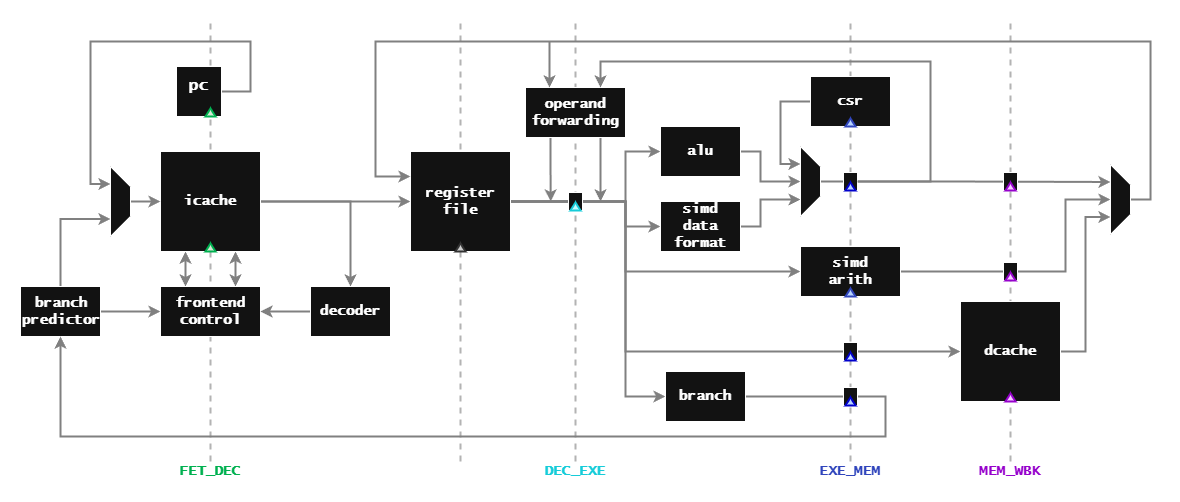
AleksandarLilic/ama-riscv keeps this draw.io diagram as docs/uarch.png. Above is the earlier version. Source tidied: cells renumbered, new cells last; positions are measured from the earlier drawing's top-left corner, leaving out a move shared by most shapes.
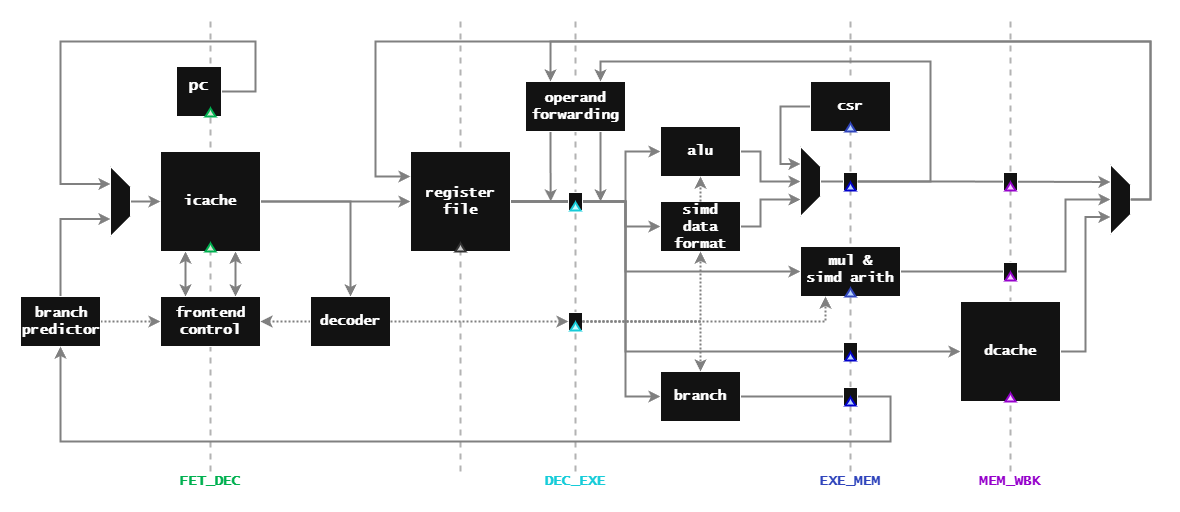
Above is the later version.

Commit message:
docs(readme): update uarch diagram

Change to the diagram source:
```diff
@@ -2,19 +2,19 @@
   <root>
     <mxCell id="0" />
     <mxCell id="1" parent="0" />
-    <mxCell id="2" style="endArrow=none;dashed=1;html=1;strokeWidth=2;strokeColor=#B3B3B3;exitX=0.5;exitY=0;exitDx=0;exitDy=0;entryX=1;entryY=0;entryDx=0;entryDy=0;fontSize=14;fontFamily=Lucida Console;labelBackgroundColor=none;" parent="1" edge="1" source="18">
+    <mxCell id="2" style="endArrow=none;dashed=1;html=1;strokeWidth=2;exitX=0.5;exitY=0;exitDx=0;exitDy=0;entryX=1;entryY=0;entryDx=0;entryDy=0;strokeColor=#B3B3B3;fontSize=14;fontFamily=Lucida Console;labelBackgroundColor=none;" parent="1" edge="1" source="20">
       <mxGeometry relative="1" as="geometry">
-        <mxPoint x="190" as="targetPoint" />
+        <mxPoint x="555" as="targetPoint" />
       </mxGeometry>
     </mxCell>
-    <mxCell id="3" style="endArrow=none;dashed=1;html=1;strokeWidth=2;exitX=0.5;exitY=0;exitDx=0;exitDy=0;strokeColor=#B3B3B3;entryX=1;entryY=0;entryDx=0;entryDy=0;fontSize=14;fontFamily=Lucida Console;labelBackgroundColor=none;" parent="1" edge="1" source="19">
+    <mxCell id="3" style="endArrow=none;dashed=1;html=1;strokeWidth=2;strokeColor=#B3B3B3;exitX=0.5;exitY=0;exitDx=0;exitDy=0;entryX=1;entryY=0;entryDx=0;entryDy=0;fontSize=14;fontFamily=Lucida Console;labelBackgroundColor=none;" parent="1" edge="1" source="18">
       <mxGeometry relative="1" as="geometry">
-        <mxPoint x="440" as="targetPoint" />
+        <mxPoint x="190" as="targetPoint" />
       </mxGeometry>
     </mxCell>
-    <mxCell id="4" style="endArrow=none;dashed=1;html=1;strokeWidth=2;exitX=0.5;exitY=0;exitDx=0;exitDy=0;entryX=1;entryY=0;entryDx=0;entryDy=0;strokeColor=#B3B3B3;fontSize=14;fontFamily=Lucida Console;labelBackgroundColor=none;" parent="1" edge="1" source="20">
+    <mxCell id="4" style="endArrow=none;dashed=1;html=1;strokeWidth=2;exitX=0.5;exitY=0;exitDx=0;exitDy=0;strokeColor=#B3B3B3;entryX=1;entryY=0;entryDx=0;entryDy=0;fontSize=14;fontFamily=Lucida Console;labelBackgroundColor=none;" parent="1" edge="1" source="19">
       <mxGeometry relative="1" as="geometry">
-        <mxPoint x="555" as="targetPoint" />
+        <mxPoint x="440" as="targetPoint" />
       </mxGeometry>
     </mxCell>
     <mxCell id="5" style="endArrow=none;dashed=1;html=1;strokeWidth=2;strokeColor=#B3B3B3;exitX=0.5;exitY=0;exitDx=0;exitDy=0;entryX=1;entryY=0;entryDx=0;entryDy=0;fontSize=14;fontFamily=Lucida Console;labelBackgroundColor=none;" parent="1" edge="1" source="21">
@@ -30,11 +30,11 @@
     <mxCell id="7" style="edgeStyle=orthogonalEdgeStyle;rounded=0;jettySize=auto;html=1;exitX=0;exitY=0.5;exitDx=0;exitDy=0;entryX=0.75;entryY=1;entryDx=0;entryDy=0;strokeWidth=2;strokeColor=#808080;labelBackgroundColor=none;" parent="1" edge="1" source="9" target="26">
       <mxGeometry relative="1" as="geometry" />
     </mxCell>
-    <mxCell id="8" style="edgeStyle=orthogonalEdgeStyle;rounded=0;jettySize=auto;html=1;exitX=0.5;exitY=0;exitDx=0;exitDy=0;entryX=0.5;entryY=1;entryDx=0;entryDy=0;strokeWidth=2;strokeColor=#808080;labelBackgroundColor=none;" parent="1" edge="1" source="9" target="12">
+    <mxCell id="8" style="edgeStyle=orthogonalEdgeStyle;rounded=0;jettySize=auto;html=1;exitX=0.5;exitY=0;exitDx=0;exitDy=0;entryX=0.5;entryY=1;entryDx=0;entryDy=0;strokeWidth=2;strokeColor=#808080;labelBackgroundColor=none;dashed=1;dashPattern=1 1;" parent="1" edge="1" source="9" target="12">
       <mxGeometry relative="1" as="geometry" />
     </mxCell>
     <mxCell id="9" value="branch&lt;div&gt;predictor&lt;/div&gt;" style="rounded=0;whiteSpace=wrap;html=1;labelBackgroundColor=none;fontSize=14;strokeWidth=1;direction=south;fontStyle=1;verticalAlign=middle;align=center;spacing=2;spacingLeft=2;fontFamily=Lucida Console;" parent="1" vertex="1">
-      <mxGeometry y="265" width="80" height="50" as="geometry" />
+      <mxGeometry y="275" width="80" height="50" as="geometry" />
     </mxCell>
     <mxCell id="10" style="edgeStyle=orthogonalEdgeStyle;rounded=0;jettySize=auto;html=1;exitX=0;exitY=0.75;exitDx=0;exitDy=0;entryX=1;entryY=0.75;entryDx=0;entryDy=0;startArrow=classic;startFill=1;strokeWidth=2;strokeColor=#808080;labelBackgroundColor=none;" parent="1" edge="1" source="12" target="15">
       <mxGeometry relative="1" as="geometry" />
@@ -43,7 +43,7 @@
       <mxGeometry relative="1" as="geometry" />
     </mxCell>
     <mxCell id="12" value="frontend&lt;div&gt;control&lt;/div&gt;" style="rounded=0;whiteSpace=wrap;html=1;labelBackgroundColor=none;fontSize=14;strokeWidth=1;direction=south;fontStyle=1;verticalAlign=middle;align=center;spacingLeft=0;fontFamily=Lucida Console;" parent="1" vertex="1">
-      <mxGeometry x="140" y="265" width="100" height="50" as="geometry" />
+      <mxGeometry x="140" y="275" width="100" height="50" as="geometry" />
     </mxCell>
     <mxCell id="13" style="edgeStyle=orthogonalEdgeStyle;rounded=0;jettySize=auto;html=1;exitX=0.5;exitY=0;exitDx=0;exitDy=0;entryX=0;entryY=0.5;entryDx=0;entryDy=0;strokeWidth=2;strokeColor=#808080;labelBackgroundColor=none;" parent="1" edge="1" source="15" target="34">
       <mxGeometry relative="1" as="geometry" />
@@ -57,10 +57,10 @@
     <mxCell id="16" style="edgeStyle=orthogonalEdgeStyle;rounded=0;jettySize=auto;html=1;exitX=0.5;exitY=0;exitDx=0;exitDy=0;entryX=0.25;entryY=1;entryDx=0;entryDy=0;strokeWidth=2;strokeColor=#808080;labelBackgroundColor=none;" parent="1" edge="1" source="17" target="26">
       <mxGeometry relative="1" as="geometry">
         <Array as="points">
-          <mxPoint x="230" y="70" />
-          <mxPoint x="230" y="20" />
-          <mxPoint x="70" y="20" />
-          <mxPoint x="70" y="163" />
+          <mxPoint x="235" y="70" />
+          <mxPoint x="235" y="20" />
+          <mxPoint x="40" y="20" />
+          <mxPoint x="40" y="163" />
         </Array>
       </mxGeometry>
     </mxCell>
@@ -68,16 +68,16 @@
       <mxGeometry x="156" y="45" width="45" height="50" as="geometry" />
     </mxCell>
     <mxCell id="18" value="FET_DEC" style="text;html=1;strokeColor=none;fillColor=none;align=center;verticalAlign=middle;whiteSpace=wrap;rounded=0;fontSize=14;fontStyle=1;fontColor=#00B050;fontFamily=Lucida Console;labelBackgroundColor=none;" parent="1" vertex="1">
-      <mxGeometry x="160" y="440" width="60" height="20" as="geometry" />
+      <mxGeometry x="160" y="450" width="60" height="20" as="geometry" />
     </mxCell>
     <mxCell id="19" value="RETIRE" style="text;html=1;strokeColor=none;fillColor=none;align=center;verticalAlign=middle;whiteSpace=wrap;rounded=0;fontSize=14;fontStyle=1;fontColor=default;fontFamily=Lucida Console;labelBackgroundColor=none;" parent="1" vertex="1">
-      <mxGeometry x="410" y="440" width="60" height="20" as="geometry" />
+      <mxGeometry x="410" y="450" width="60" height="20" as="geometry" />
     </mxCell>
     <mxCell id="20" value="DEC_EXE" style="text;html=1;strokeColor=none;fillColor=none;align=center;verticalAlign=middle;whiteSpace=wrap;rounded=0;fontSize=14;fontStyle=1;fontColor=#16CCD9;fontFamily=Lucida Console;labelBackgroundColor=none;" parent="1" vertex="1">
-      <mxGeometry x="525" y="440" width="60" height="20" as="geometry" />
+      <mxGeometry x="525" y="450" width="60" height="20" as="geometry" />
     </mxCell>
     <mxCell id="21" value="EXE_MEM" style="text;html=1;strokeColor=none;fillColor=none;align=center;verticalAlign=middle;whiteSpace=wrap;rounded=0;fontSize=14;fontStyle=1;fontColor=#3045BC;fontFamily=Lucida Console;labelBackgroundColor=none;" parent="1" vertex="1">
-      <mxGeometry x="800" y="440" width="60" height="20" as="geometry" />
+      <mxGeometry x="800" y="450" width="60" height="20" as="geometry" />
     </mxCell>
     <mxCell id="22" style="triangle;whiteSpace=wrap;html=1;fontSize=16;direction=north;strokeWidth=2;fillColor=#d5e8d4;strokeColor=#00B050;fontStyle=0;fontFamily=Lucida Console;" parent="1" vertex="1">
       <mxGeometry x="185" y="87" width="10" height="8" as="geometry" />
@@ -86,7 +86,7 @@
       <mxGeometry x="185" y="222" width="10" height="8" as="geometry" />
     </mxCell>
     <mxCell id="24" value="MEM_WBK" style="text;html=1;strokeColor=none;fillColor=none;align=center;verticalAlign=middle;whiteSpace=wrap;rounded=0;fontSize=14;fontStyle=1;fontColor=#9602CC;fontFamily=Lucida Console;labelBackgroundColor=none;" parent="1" vertex="1">
-      <mxGeometry x="960" y="440" width="60" height="20" as="geometry" />
+      <mxGeometry x="960" y="450" width="60" height="20" as="geometry" />
     </mxCell>
     <mxCell id="25" style="edgeStyle=orthogonalEdgeStyle;rounded=0;jettySize=auto;html=1;exitX=0.5;exitY=0;exitDx=0;exitDy=0;entryX=0.5;entryY=1;entryDx=0;entryDy=0;strokeWidth=2;strokeColor=#808080;labelBackgroundColor=none;" parent="1" edge="1" source="26" target="15">
       <mxGeometry relative="1" as="geometry" />
@@ -137,11 +137,11 @@
     <mxCell id="32" value="register&lt;div&gt;file&lt;/div&gt;" style="rounded=0;whiteSpace=wrap;html=1;labelBackgroundColor=none;fontSize=14;strokeWidth=1;direction=south;fontStyle=1;verticalAlign=middle;fontFamily=Lucida Console;" parent="1" vertex="1">
       <mxGeometry x="390" y="130" width="100" height="100" as="geometry" />
     </mxCell>
-    <mxCell id="33" style="edgeStyle=orthogonalEdgeStyle;rounded=0;jettySize=auto;html=1;exitX=0.5;exitY=1;exitDx=0;exitDy=0;entryX=0.5;entryY=0;entryDx=0;entryDy=0;strokeWidth=2;strokeColor=#808080;labelBackgroundColor=none;" parent="1" edge="1" source="34" target="12">
+    <mxCell id="33" style="edgeStyle=orthogonalEdgeStyle;rounded=0;jettySize=auto;html=1;exitX=0.5;exitY=1;exitDx=0;exitDy=0;entryX=0.5;entryY=0;entryDx=0;entryDy=0;strokeWidth=2;strokeColor=#808080;labelBackgroundColor=none;dashed=1;dashPattern=1 1;" parent="1" edge="1" source="34" target="12">
       <mxGeometry relative="1" as="geometry" />
     </mxCell>
     <mxCell id="34" value="decoder" style="rounded=0;whiteSpace=wrap;html=1;labelBackgroundColor=none;fontSize=14;strokeWidth=1;direction=south;fontStyle=1;verticalAlign=middle;align=center;spacingLeft=0;fontFamily=Lucida Console;" parent="1" vertex="1">
-      <mxGeometry x="290" y="265" width="80" height="50" as="geometry" />
+      <mxGeometry x="290" y="275" width="80" height="50" as="geometry" />
     </mxCell>
     <mxCell id="35" style="triangle;whiteSpace=wrap;html=1;fontSize=14;direction=north;strokeWidth=2;fontColor=#ffffff;fillColor=#CCCCCC;strokeColor=#333333;fontFamily=Lucida Console;" parent="1" vertex="1">
       <mxGeometry x="435" y="222" width="10" height="8" as="geometry" />
@@ -157,7 +157,7 @@
       </mxGeometry>
     </mxCell>
     <mxCell id="38" value="operand&lt;div&gt;forwarding&lt;/div&gt;" style="rounded=0;whiteSpace=wrap;html=1;labelBackgroundColor=none;fontSize=14;strokeWidth=1;direction=south;fontStyle=1;verticalAlign=middle;align=center;spacingLeft=0;fontFamily=Lucida Console;" parent="1" vertex="1">
-      <mxGeometry x="505" y="66" width="100" height="50" as="geometry" />
+      <mxGeometry x="505" y="60" width="100" height="50" as="geometry" />
     </mxCell>
     <mxCell id="39" style="edgeStyle=orthogonalEdgeStyle;shape=connector;rounded=0;jettySize=auto;html=1;exitX=0.5;exitY=0;exitDx=0;exitDy=0;entryX=0.5;entryY=1;entryDx=0;entryDy=0;strokeColor=#808080;strokeWidth=2;align=center;verticalAlign=middle;fontFamily=Helvetica;fontSize=11;fontColor=default;labelBackgroundColor=none;endArrow=classic;" parent="1" edge="1" source="40" target="55">
       <mxGeometry relative="1" as="geometry">
@@ -179,7 +179,7 @@
         </Array>
       </mxGeometry>
     </mxCell>
-    <mxCell id="42" value="&lt;div&gt;simd&lt;/div&gt;data&lt;div&gt;&lt;span style=&quot;color: light-dark(rgb(0, 0, 0), rgb(255, 255, 255));&quot;&gt;format&lt;/span&gt;&lt;/div&gt;" style="rounded=0;whiteSpace=wrap;html=1;labelBackgroundColor=none;fontSize=14;strokeWidth=1;direction=south;fontStyle=1;verticalAlign=middle;spacing=0;fontFamily=Lucida Console;spacingBottom=0;spacingTop=0;" parent="1" vertex="1">
+    <mxCell id="42" value="&lt;div&gt;simd&lt;/div&gt;data&lt;div&gt;&lt;span style=&quot;color: light-dark(rgb(0, 0, 0), rgb(255, 255, 255));&quot;&gt;format&lt;/span&gt;&lt;/div&gt;" style="rounded=0;whiteSpace=wrap;html=1;labelBackgroundColor=none;fontSize=14;strokeWidth=1;direction=south;fontStyle=1;verticalAlign=middle;spacing=0;fontFamily=Lucida Console;spacingBottom=-1;spacingTop=0;" parent="1" vertex="1">
       <mxGeometry x="640" y="180" width="80" height="50" as="geometry" />
     </mxCell>
     <mxCell id="43" style="edgeStyle=orthogonalEdgeStyle;shape=connector;rounded=0;jettySize=auto;html=1;exitX=0.5;exitY=0;exitDx=0;exitDy=0;entryX=0.5;entryY=1;entryDx=0;entryDy=0;strokeColor=#808080;strokeWidth=2;align=center;verticalAlign=middle;fontFamily=Helvetica;fontSize=11;fontColor=default;labelBackgroundColor=none;endArrow=classic;" parent="1" edge="1" source="44" target="53">
@@ -190,7 +190,7 @@
         </Array>
       </mxGeometry>
     </mxCell>
-    <mxCell id="44" value="simd&lt;div&gt;arith&lt;/div&gt;" style="rounded=0;whiteSpace=wrap;html=1;labelBackgroundColor=none;fontSize=14;strokeWidth=1;direction=south;fontStyle=1;verticalAlign=middle;spacingTop=0;fontFamily=Lucida Console;" parent="1" vertex="1">
+    <mxCell id="44" value="mul &amp;amp;&lt;div&gt;simd&amp;nbsp;&lt;span style=&quot;background-color: transparent; color: light-dark(rgb(0, 0, 0), rgb(255, 255, 255));&quot;&gt;arith&lt;/span&gt;&lt;/div&gt;" style="rounded=0;whiteSpace=wrap;html=1;labelBackgroundColor=none;fontSize=14;strokeWidth=1;direction=south;fontStyle=1;verticalAlign=middle;spacingTop=0;fontFamily=Lucida Console;spacingBottom=4;" parent="1" vertex="1">
       <mxGeometry x="780" y="225" width="100" height="50" as="geometry" />
     </mxCell>
     <mxCell id="45" style="group;fontSize=14;fontStyle=0;fontFamily=Lucida Console;labelBackgroundColor=none;" parent="1" vertex="1">
@@ -269,32 +269,35 @@
         </Array>
       </mxGeometry>
     </mxCell>
-    <mxCell id="66" style="edgeStyle=orthogonalEdgeStyle;shape=connector;rounded=0;orthogonalLoop=1;jettySize=auto;html=1;entryX=0;entryY=0.25;entryDx=0;entryDy=0;strokeColor=#808080;strokeWidth=2;align=center;verticalAlign=middle;fontFamily=Helvetica;fontSize=11;fontColor=default;labelBackgroundColor=none;endArrow=classic;" parent="1" edge="1">
+    <mxCell id="66" style="edgeStyle=orthogonalEdgeStyle;shape=connector;rounded=0;jettySize=auto;html=1;strokeColor=#808080;strokeWidth=2;align=center;verticalAlign=middle;fontFamily=Helvetica;fontSize=11;fontColor=default;labelBackgroundColor=none;endArrow=classic;exitX=0.5;exitY=0;exitDx=0;exitDy=0;entryX=0;entryY=0.75;entryDx=0;entryDy=0;" parent="1" edge="1" source="53" target="38">
       <mxGeometry relative="1" as="geometry">
-        <mxPoint x="529" y="20" as="sourcePoint" />
-        <mxPoint x="529" y="66" as="targetPoint" />
+        <Array as="points">
+          <mxPoint x="1130" y="178" />
+          <mxPoint x="1130" y="20" />
+          <mxPoint x="530" y="20" />
+        </Array>
       </mxGeometry>
     </mxCell>
     <mxCell id="67" style="edgeStyle=orthogonalEdgeStyle;shape=connector;rounded=0;jettySize=auto;html=1;exitX=0.5;exitY=1;exitDx=0;exitDy=0;entryX=0.25;entryY=1;entryDx=0;entryDy=0;strokeColor=#808080;strokeWidth=2;align=center;verticalAlign=middle;fontFamily=Helvetica;fontSize=11;fontColor=default;labelBackgroundColor=none;endArrow=classic;" parent="1" edge="1" source="68" target="55">
       <mxGeometry relative="1" as="geometry" />
     </mxCell>
     <mxCell id="68" value="csr" style="rounded=0;whiteSpace=wrap;html=1;labelBackgroundColor=none;fontSize=14;strokeWidth=1;direction=south;fontStyle=1;verticalAlign=middle;spacingTop=0;fontFamily=Lucida Console;" parent="1" vertex="1">
-      <mxGeometry x="790" y="55" width="80" height="50" as="geometry" />
+      <mxGeometry x="790" y="60" width="80" height="50" as="geometry" />
     </mxCell>
     <mxCell id="69" style="triangle;whiteSpace=wrap;html=1;fontSize=14;direction=north;strokeWidth=2;fillColor=#B8D4FF;strokeColor=#3045BC;fontFamily=Lucida Console;" parent="1" vertex="1">
-      <mxGeometry x="825" y="97" width="10" height="8" as="geometry" />
+      <mxGeometry x="825" y="102" width="10" height="8" as="geometry" />
     </mxCell>
     <mxCell id="70" style="edgeStyle=orthogonalEdgeStyle;shape=connector;rounded=0;jettySize=auto;html=1;exitX=0.5;exitY=0;exitDx=0;exitDy=0;strokeColor=#808080;strokeWidth=2;align=center;verticalAlign=middle;fontFamily=Helvetica;fontSize=11;fontColor=default;labelBackgroundColor=none;endArrow=classic;entryX=1;entryY=0.5;entryDx=0;entryDy=0;" parent="1" edge="1" source="71" target="9">
       <mxGeometry relative="1" as="geometry">
         <Array as="points">
-          <mxPoint x="865" y="375" />
-          <mxPoint x="865" y="415" />
-          <mxPoint x="40" y="415" />
+          <mxPoint x="870" y="375" />
+          <mxPoint x="870" y="420" />
+          <mxPoint x="40" y="420" />
         </Array>
       </mxGeometry>
     </mxCell>
     <mxCell id="71" value="branch" style="rounded=0;whiteSpace=wrap;html=1;labelBackgroundColor=none;fontSize=14;strokeWidth=1;direction=south;fontStyle=1;verticalAlign=middle;spacingTop=0;fontFamily=Lucida Console;" parent="1" vertex="1">
-      <mxGeometry x="645" y="350" width="80" height="50" as="geometry" />
+      <mxGeometry x="640" y="350" width="80" height="50" as="geometry" />
     </mxCell>
     <mxCell id="72" style="group;fontSize=14;fontFamily=Lucida Console;labelBackgroundColor=none;strokeColor=#3045BC;" parent="1" vertex="1">
       <mxGeometry x="823" y="321" width="14" height="18" as="geometry" />
@@ -314,5 +317,29 @@
     <mxCell id="77" style="triangle;whiteSpace=wrap;html=1;fontSize=14;direction=north;strokeWidth=2;fillColor=#B8D4FF;strokeColor=#0000CC;fontFamily=Lucida Console;" parent="75" vertex="1">
       <mxGeometry x="2" y="10" width="10" height="8" as="geometry" />
     </mxCell>
+    <mxCell id="78" style="group;fontSize=14;fontStyle=0;fontFamily=Lucida Console;labelBackgroundColor=none;" parent="1" vertex="1">
+      <mxGeometry x="548" y="291" width="14" height="18" as="geometry" />
+    </mxCell>
+    <mxCell id="79" style="rounded=0;whiteSpace=wrap;html=1;fontSize=14;direction=south;fontStyle=0;spacingLeft=1;strokeWidth=1;fontFamily=Lucida Console;labelBackgroundColor=none;" parent="78" vertex="1">
+      <mxGeometry width="14" height="18" as="geometry" />
+    </mxCell>
+    <mxCell id="80" style="triangle;whiteSpace=wrap;html=1;fontSize=14;direction=north;strokeWidth=2;fillColor=#C3FCFF;strokeColor=#16CCD9;fontStyle=0;fontFamily=Lucida Console;" parent="78" vertex="1">
+      <mxGeometry x="2" y="10" width="10" height="8" as="geometry" />
+    </mxCell>
+    <mxCell id="81" style="edgeStyle=orthogonalEdgeStyle;rounded=0;jettySize=auto;html=1;exitX=0.5;exitY=0;exitDx=0;exitDy=0;entryX=0.5;entryY=1;entryDx=0;entryDy=0;strokeWidth=2;strokeColor=#808080;labelBackgroundColor=none;dashed=1;dashPattern=1 1;" parent="1" edge="1" source="34" target="79">
+      <mxGeometry relative="1" as="geometry" />
+    </mxCell>
+    <mxCell id="82" style="edgeStyle=orthogonalEdgeStyle;shape=connector;rounded=0;jettySize=auto;html=1;exitX=0.5;exitY=0;exitDx=0;exitDy=0;entryX=1;entryY=0.5;entryDx=0;entryDy=0;strokeColor=#808080;strokeWidth=2;align=center;verticalAlign=middle;fontFamily=Helvetica;fontSize=11;fontColor=default;labelBackgroundColor=none;endArrow=classic;dashed=1;dashPattern=1 1;" parent="1" edge="1" source="79" target="42">
+      <mxGeometry relative="1" as="geometry" />
+    </mxCell>
+    <mxCell id="83" style="edgeStyle=orthogonalEdgeStyle;shape=connector;rounded=0;jettySize=auto;html=1;exitX=0;exitY=0.5;exitDx=0;exitDy=0;entryX=1;entryY=0.5;entryDx=0;entryDy=0;strokeColor=#808080;strokeWidth=2;align=center;verticalAlign=middle;fontFamily=Helvetica;fontSize=11;fontColor=default;labelBackgroundColor=none;endArrow=classic;dashed=1;dashPattern=1 1;" parent="1" edge="1" source="42" target="40">
+      <mxGeometry relative="1" as="geometry" />
+    </mxCell>
+    <mxCell id="84" style="edgeStyle=orthogonalEdgeStyle;shape=connector;rounded=0;jettySize=auto;html=1;exitX=0.5;exitY=0;exitDx=0;exitDy=0;entryX=0;entryY=0.5;entryDx=0;entryDy=0;strokeColor=#808080;strokeWidth=2;align=center;verticalAlign=middle;fontFamily=Helvetica;fontSize=11;fontColor=default;labelBackgroundColor=none;endArrow=classic;dashed=1;dashPattern=1 1;" parent="1" edge="1" source="79" target="71">
+      <mxGeometry relative="1" as="geometry" />
+    </mxCell>
+    <mxCell id="85" style="edgeStyle=orthogonalEdgeStyle;shape=connector;rounded=0;jettySize=auto;html=1;exitX=0.5;exitY=0;exitDx=0;exitDy=0;entryX=1;entryY=0.75;entryDx=0;entryDy=0;strokeColor=#808080;strokeWidth=2;align=center;verticalAlign=middle;fontFamily=Helvetica;fontSize=11;fontColor=default;labelBackgroundColor=none;endArrow=classic;dashed=1;dashPattern=1 1;" parent="1" edge="1" source="79" target="44">
+      <mxGeometry relative="1" as="geometry" />
+    </mxCell>
   </root>
 </mxGraphModel>
```
